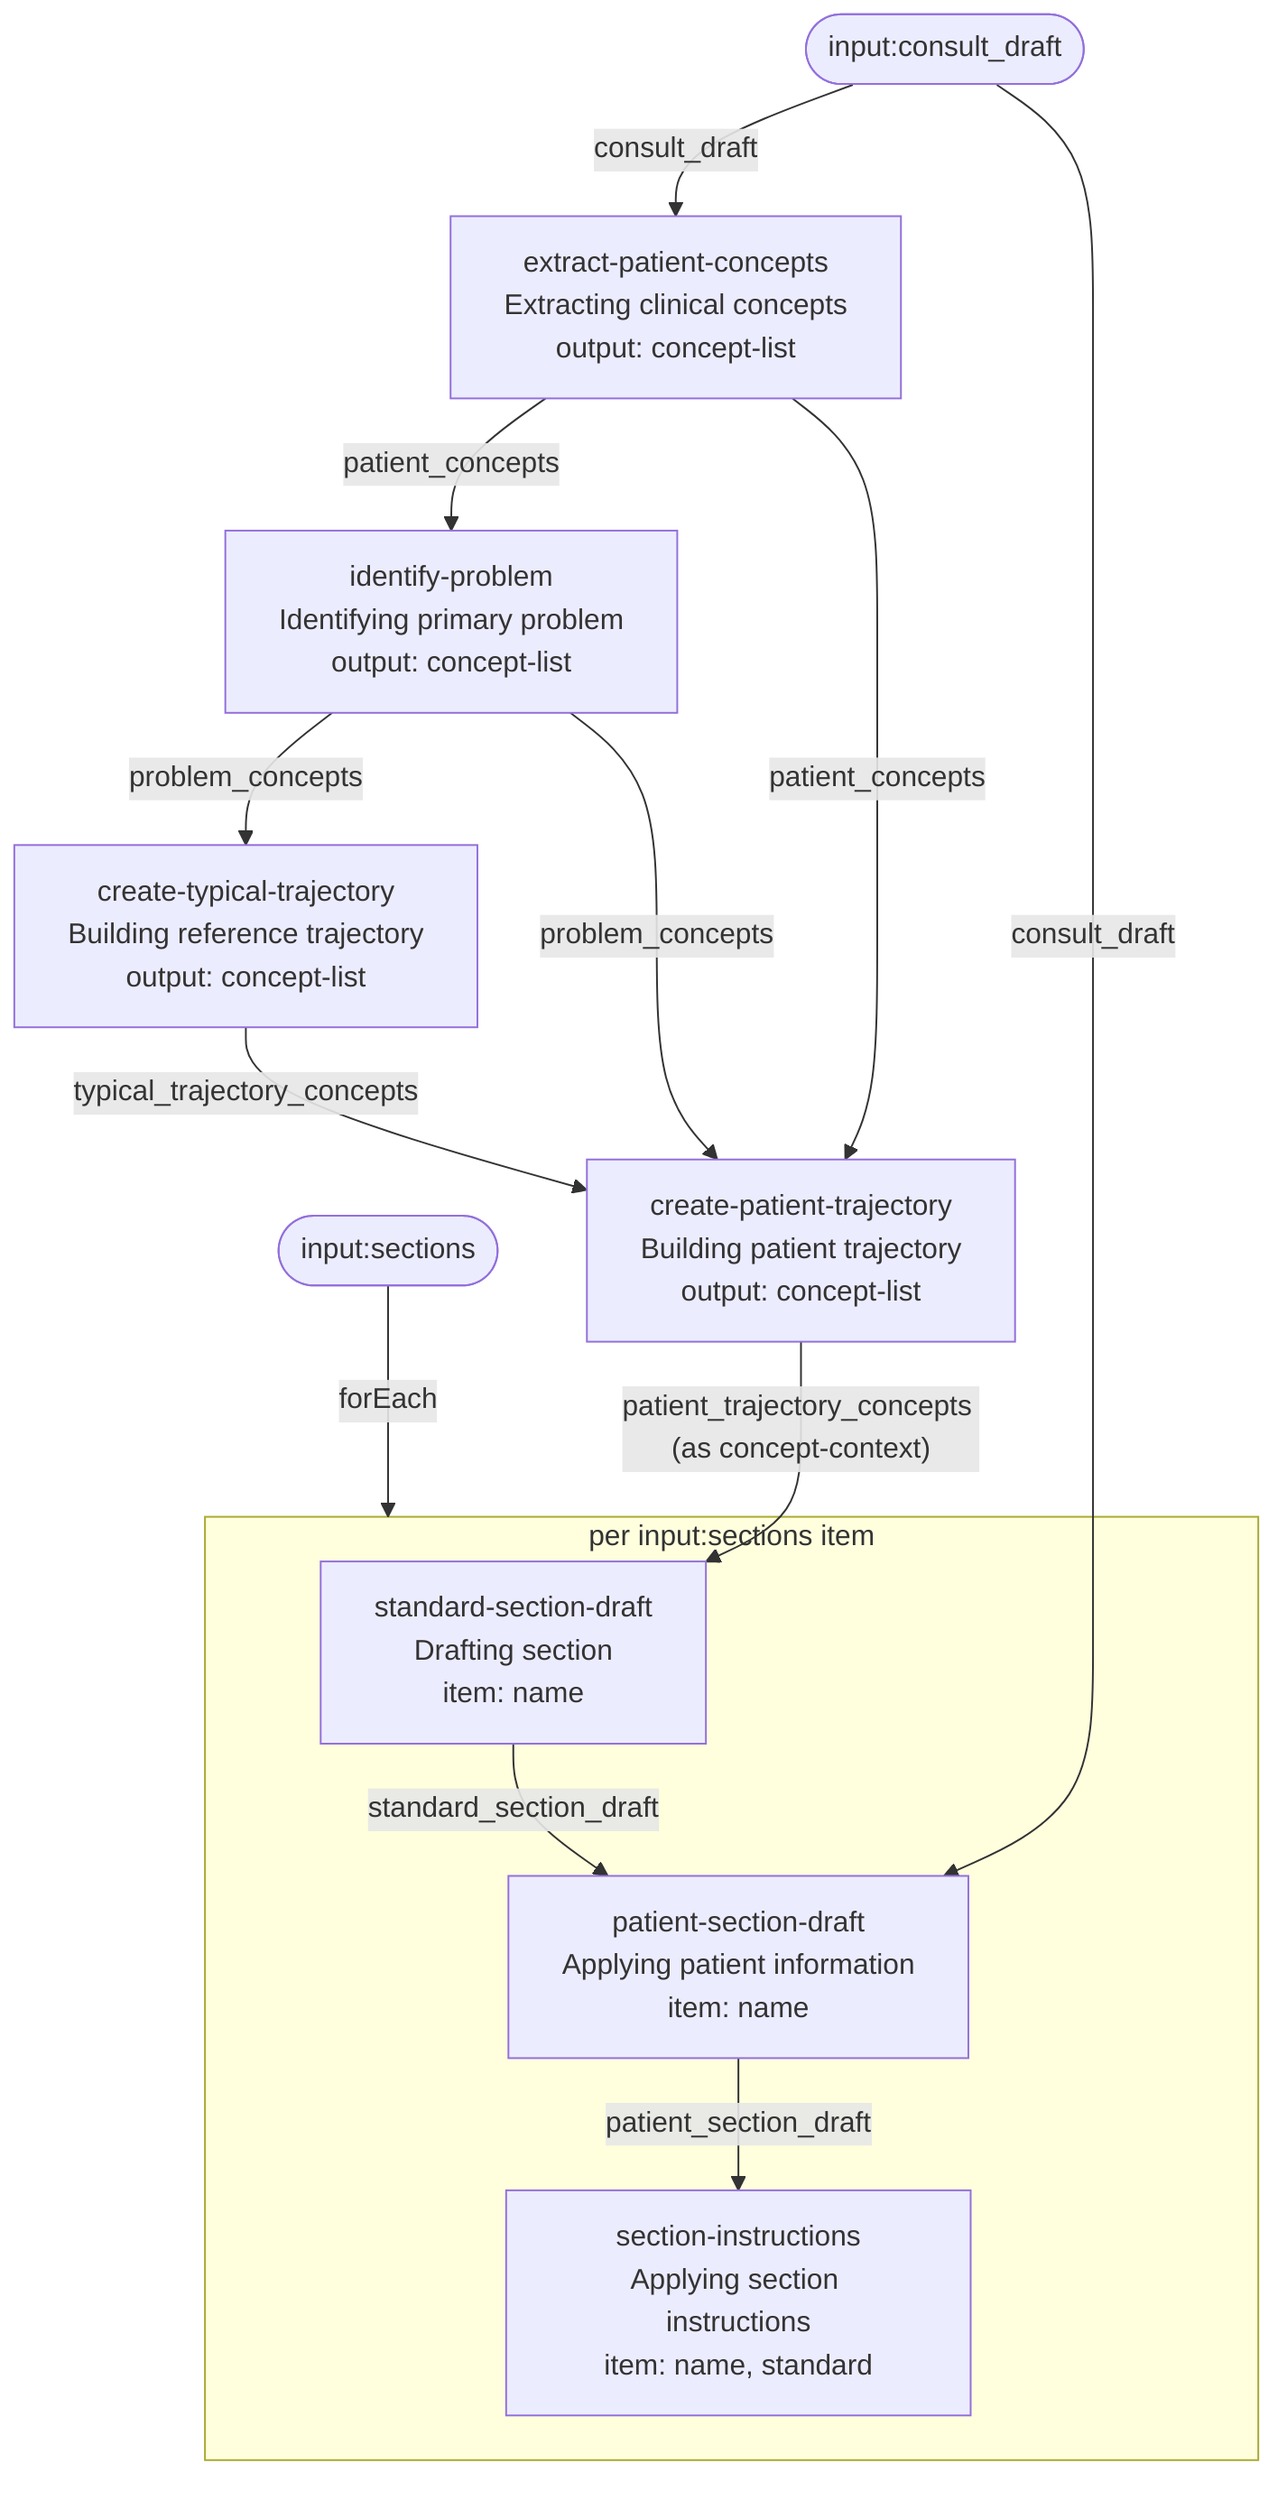
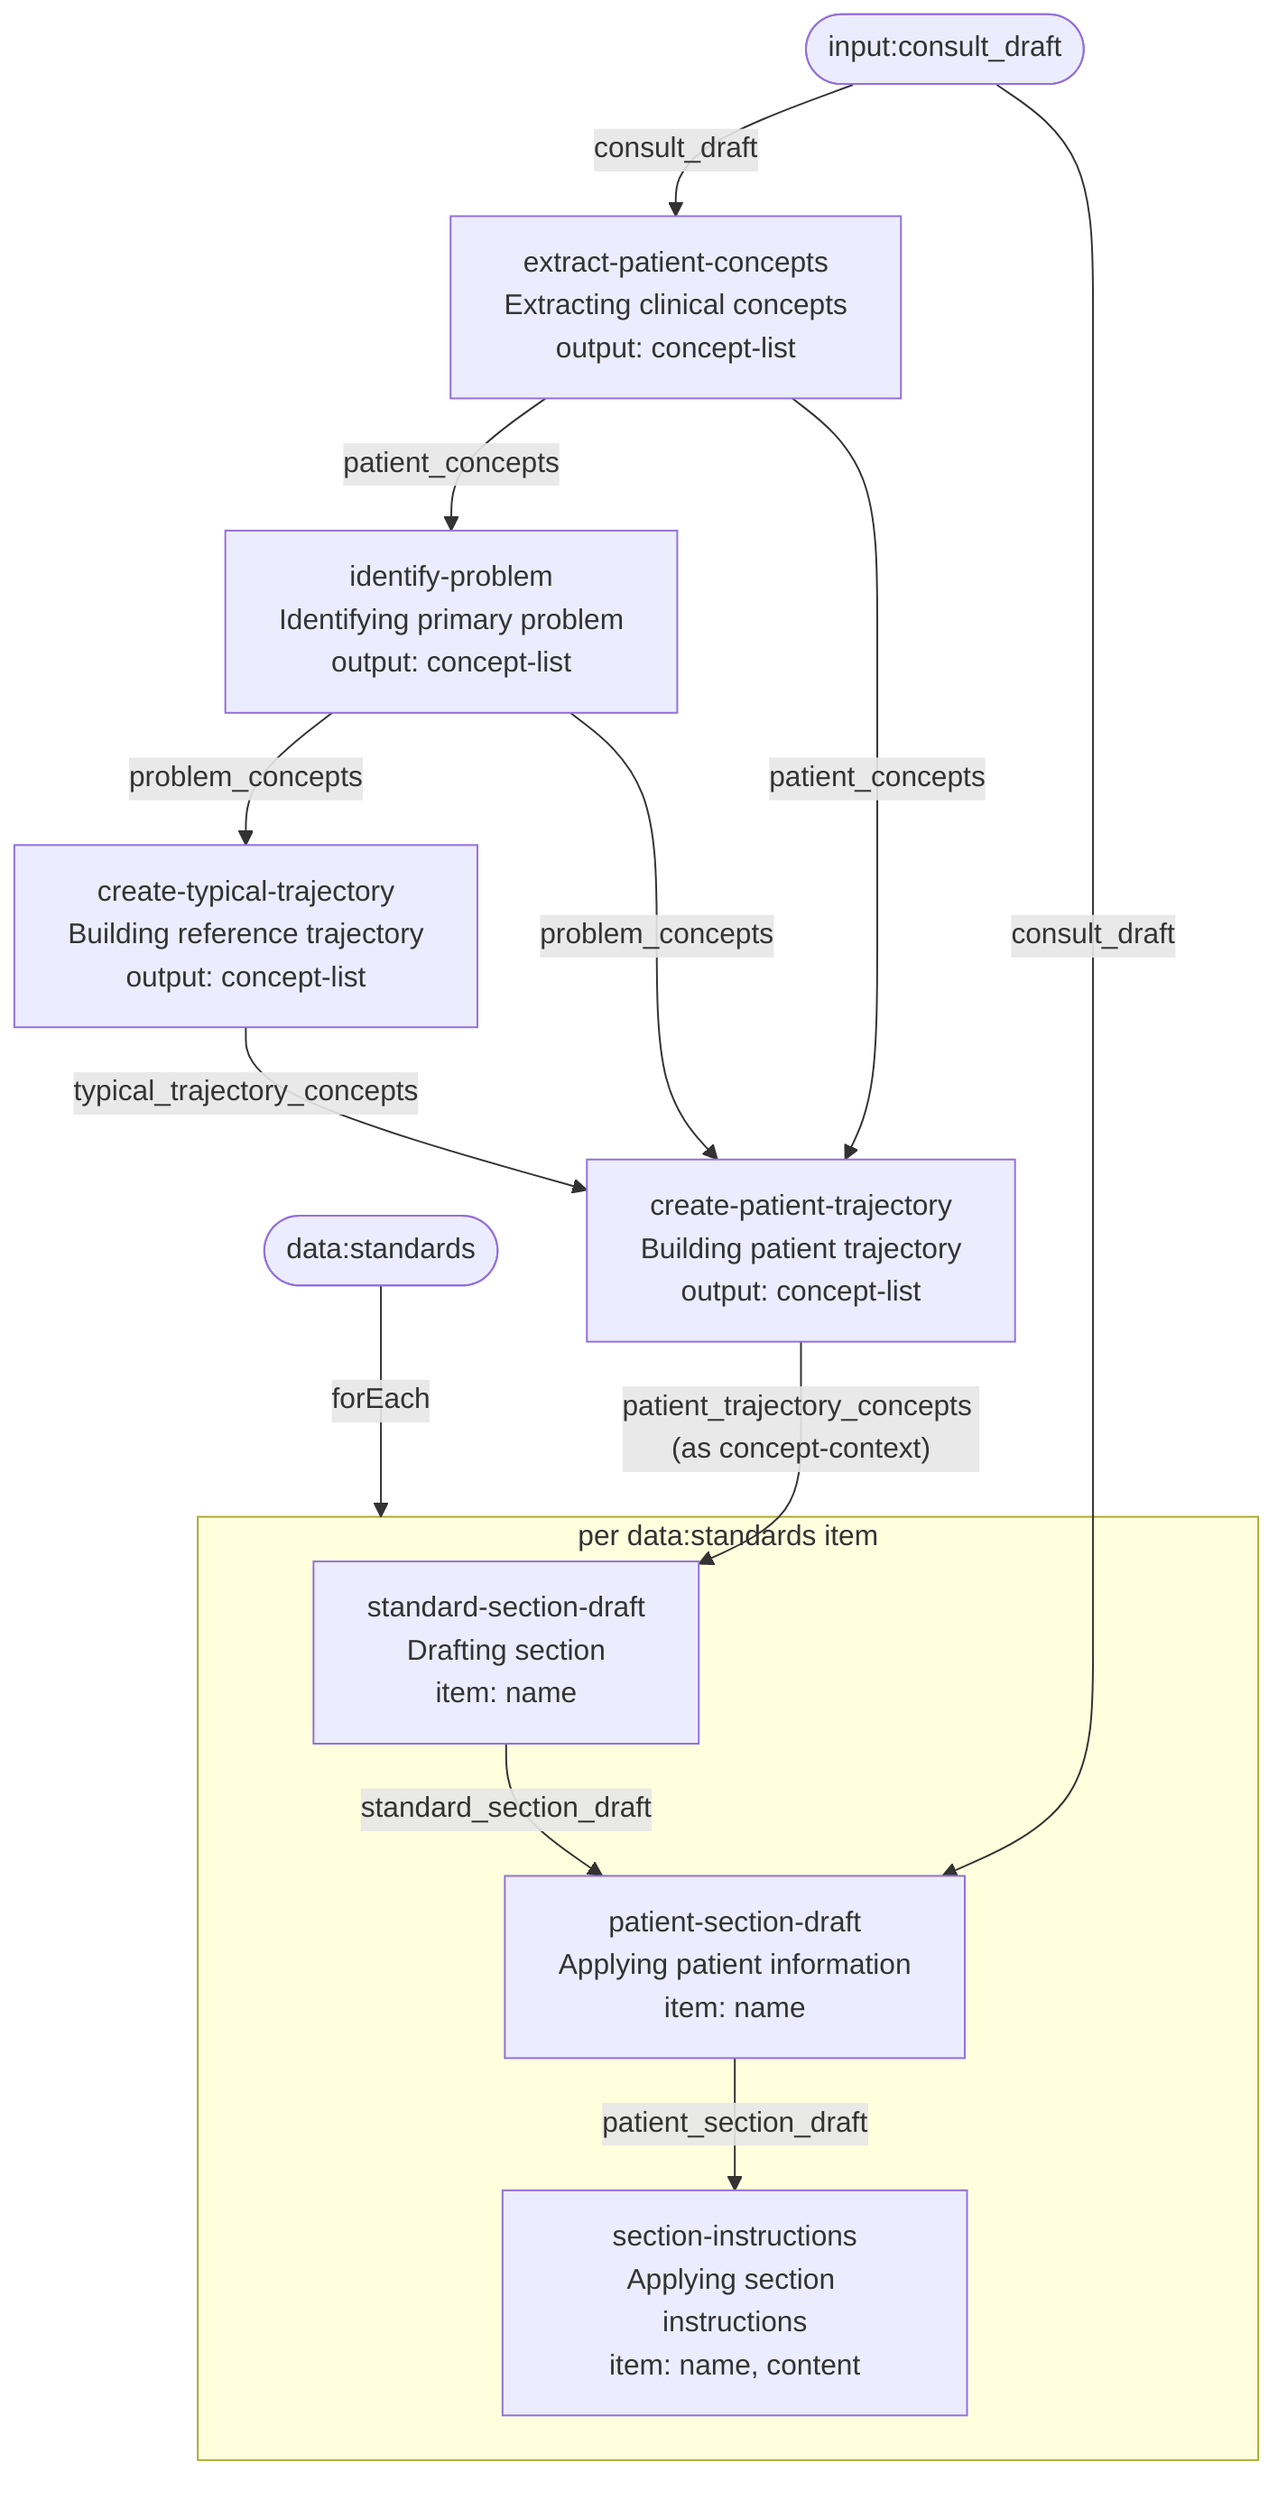
flowchart TD
    input_consult_draft(["input:consult_draft"])
-     input_sections(["input:sections"])
+     data_standards(["data:standards"])

    extract_patient_concepts["extract-patient-concepts<br/>Extracting clinical concepts<br/>output: concept-list"]
    input_consult_draft -->|"consult_draft"| extract_patient_concepts
    identify_problem["identify-problem<br/>Identifying primary problem<br/>output: concept-list"]
    extract_patient_concepts -->|"patient_concepts"| identify_problem
    create_typical_trajectory["create-typical-trajectory<br/>Building reference trajectory<br/>output: concept-list"]
    identify_problem -->|"problem_concepts"| create_typical_trajectory
    create_patient_trajectory["create-patient-trajectory<br/>Building patient trajectory<br/>output: concept-list"]
    identify_problem -->|"problem_concepts"| create_patient_trajectory
    extract_patient_concepts -->|"patient_concepts"| create_patient_trajectory
    create_typical_trajectory -->|"typical_trajectory_concepts"| create_patient_trajectory

-     input_sections -->|"forEach"| foreach_input_sections
-     subgraph foreach_input_sections["per input:sections item"]
+     data_standards -->|"forEach"| foreach_data_standards
+     subgraph foreach_data_standards["per data:standards item"]
        standard_section_draft["standard-section-draft<br/>Drafting section<br/>item: name"]
        patient_section_draft["patient-section-draft<br/>Applying patient information<br/>item: name"]
-         section_instructions["section-instructions<br/>Applying section instructions<br/>item: name, standard"]
+         section_instructions["section-instructions<br/>Applying section instructions<br/>item: name, content"]
        standard_section_draft -->|"standard_section_draft"| patient_section_draft
        patient_section_draft -->|"patient_section_draft"| section_instructions
    end
    create_patient_trajectory -->|"patient_trajectory_concepts (as concept-context)"| standard_section_draft
    input_consult_draft -->|"consult_draft"| patient_section_draft
